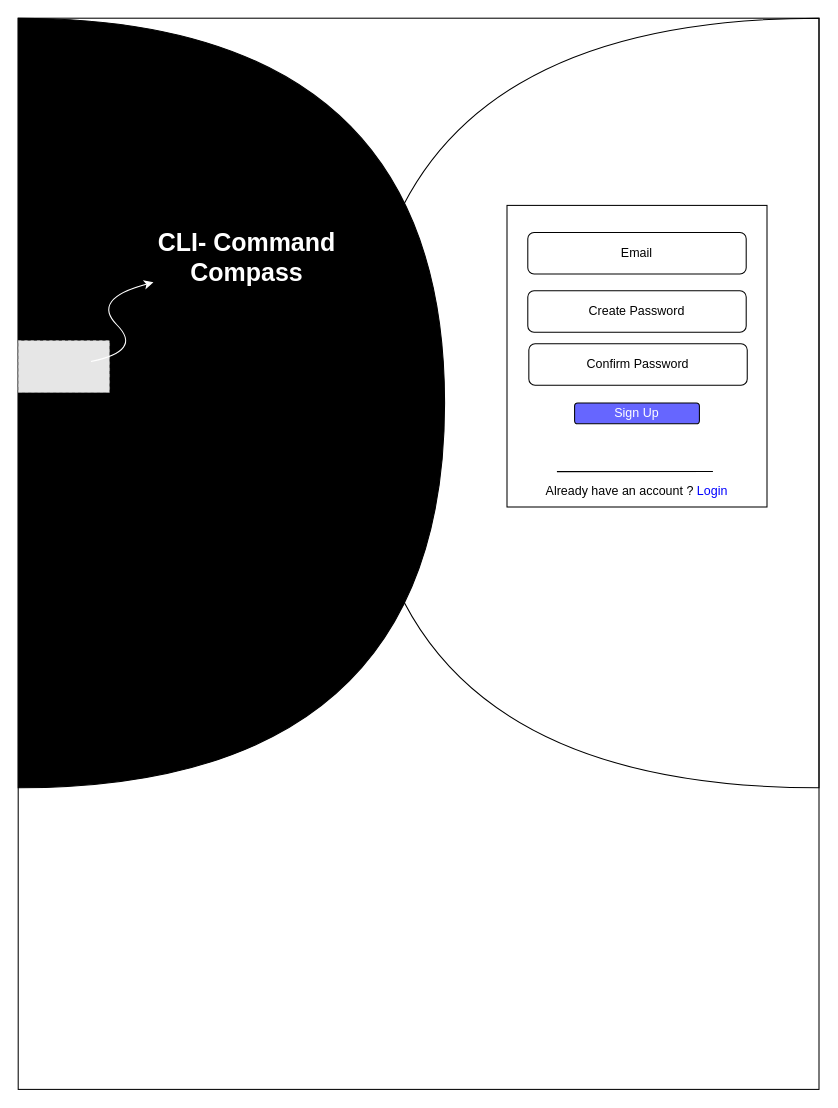
This is design/wireframes/signup-page/signup-page.drawio from Command-Compass/Development-Documentation, a draw.io file, before an edit. Source tidied: cells renumbered, new cells numbered last; positions are measured from the earlier drawing's top-left corner, leaving out a move shared by most shapes. Both pictures are drawn from the tidied source at 104%, with x=0, y=0 at pixel (18, 18). Pictures stored in the file or linked from it are replaced by grey dashed boxes.
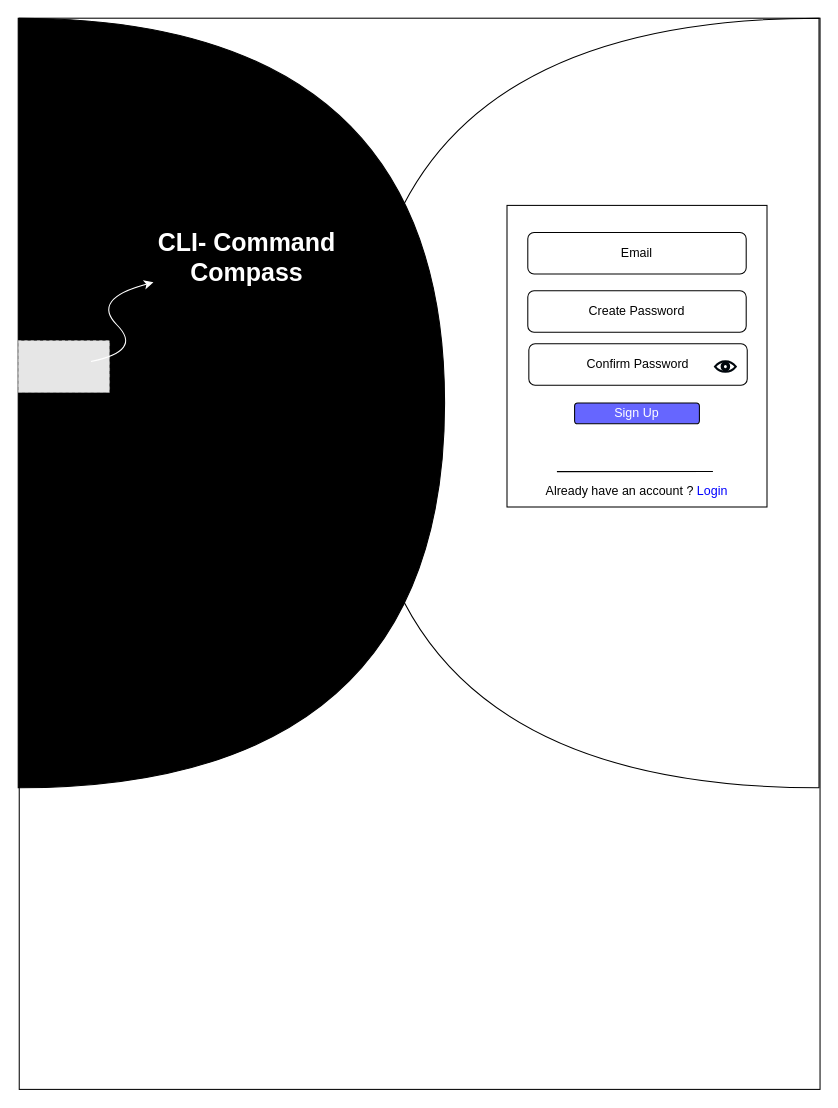
The same page after the edit.

The edit, as a diff of the source:
```diff
@@
 <mxGraphModel>
   <root>
     <mxCell id="0" />
     <mxCell id="1" parent="0" />
     <mxCell id="2" style="shape=or;whiteSpace=wrap;html=1;fillColor=#FFFFFF;rotation=-180;" parent="1" vertex="1">
       <mxGeometry x="330" width="440" height="740" as="geometry" />
     </mxCell>
     <mxCell id="3" style="rounded=0;whiteSpace=wrap;html=1;fillColor=none;gradientColor=none;gradientDirection=east;" parent="1" vertex="1">
-      <mxGeometry width="770" height="1030" as="geometry" />
+      <mxGeometry x="1" width="770" height="1030" as="geometry" />
     </mxCell>
     <mxCell id="4" style="shape=or;whiteSpace=wrap;html=1;fillColor=#000000;" parent="1" vertex="1">
       <mxGeometry width="410" height="740" as="geometry" />
     </mxCell>
     <mxCell id="5" value="&lt;h1&gt;&lt;font color=&quot;#ffffff&quot;&gt;CLI- Command Compass&lt;/font&gt;&lt;/h1&gt;" style="text;html=1;strokeColor=none;fillColor=none;align=center;verticalAlign=middle;whiteSpace=wrap;rounded=0;fontSize=12;fontColor=#0000FF;" parent="1" vertex="1">
       <mxGeometry x="130" y="200" width="180" height="60" as="geometry" />
     </mxCell>
     <mxCell id="6" style="fillColor=#E6E6E6;strokeColor=#999999;dashed=1;verticalLabelPosition=bottom;labelBackgroundColor=default;verticalAlign=top;" parent="1" vertex="1">
       <mxGeometry y="310" width="87.8" height="50" as="geometry" />
     </mxCell>
     <mxCell id="7" style="curved=1;endArrow=classic;html=1;fontSize=12;fontColor=#FFFFFF;strokeColor=#FFFFFF;" parent="1" edge="1" target="5">
       <mxGeometry relative="1" as="geometry">
         <mxPoint x="70" y="330" as="sourcePoint" />
         <Array as="points">
           <mxPoint x="120" y="320" />
           <mxPoint x="70" y="270" />
         </Array>
       </mxGeometry>
     </mxCell>
     <mxCell id="8" style="rounded=0;whiteSpace=wrap;html=1;fillColor=#FFFFFF;" parent="1" vertex="1">
       <mxGeometry x="470" y="180" width="250" height="290" as="geometry" />
     </mxCell>
     <mxCell id="9" value="Email" style="rounded=1;whiteSpace=wrap;html=1;fillColor=none;" parent="1" vertex="1">
       <mxGeometry x="490" y="206" width="210" height="40" as="geometry" />
     </mxCell>
     <mxCell id="10" value="Create Password" style="rounded=1;whiteSpace=wrap;html=1;fillColor=none;" parent="1" vertex="1">
       <mxGeometry x="490" y="262" width="210" height="40" as="geometry" />
     </mxCell>
     <mxCell id="11" value="&lt;font color=&quot;#ffffff&quot;&gt;Sign Up&lt;/font&gt;" style="rounded=1;whiteSpace=wrap;html=1;fillColor=#6666FF;" parent="1" vertex="1">
       <mxGeometry x="535" y="370" width="120" height="20" as="geometry" />
     </mxCell>
     <mxCell id="12" value="Already have an account ? &lt;font color=&quot;#0000ff&quot;&gt;Login&lt;/font&gt;" style="text;html=1;strokeColor=none;fillColor=none;align=center;verticalAlign=middle;whiteSpace=wrap;rounded=0;" parent="1" vertex="1">
       <mxGeometry x="480" y="450" width="230" height="10" as="geometry" />
     </mxCell>
     <mxCell id="13" style="endArrow=none;html=1;entryX=0.6;entryY=0.848;entryDx=0;entryDy=0;entryPerimeter=0;" parent="1" edge="1">
       <mxGeometry relative="1" as="geometry">
         <mxPoint x="518" y="436" as="sourcePoint" />
         <mxPoint x="668" y="435.9" as="targetPoint" />
       </mxGeometry>
     </mxCell>
     <mxCell id="14" value="Confirm Password" style="rounded=1;whiteSpace=wrap;html=1;fillColor=none;" parent="1" vertex="1">
       <mxGeometry x="491" y="313" width="210" height="40" as="geometry" />
     </mxCell>
+    <mxCell id="15" style="html=1;verticalLabelPosition=bottom;align=center;labelBackgroundColor=#ffffff;verticalAlign=top;strokeWidth=2;strokeColor=#00070D;shadow=0;dashed=0;shape=mxgraph.ios7.icons.eye;fillColor=#FFF;" parent="1" vertex="1">
+      <mxGeometry x="670" y="330" width="20" height="10" as="geometry" />
+    </mxCell>
   </root>
 </mxGraphModel>
```
